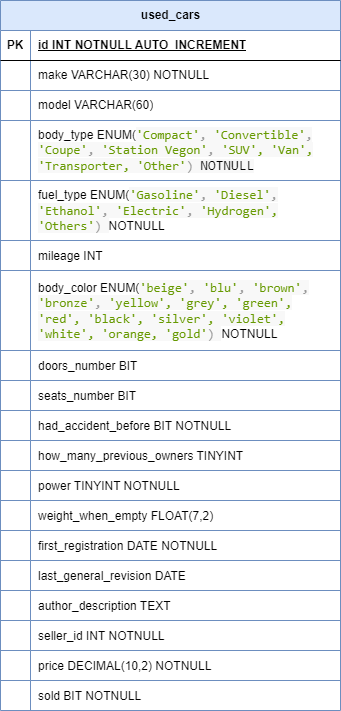
Above: db-first.png in raffaelecapaldo/db-first (draw.io), before the change. Source tidied: cells renumbered, new cells last; positions are measured from the earlier drawing's top-left corner, leaving out a move shared by most shapes.
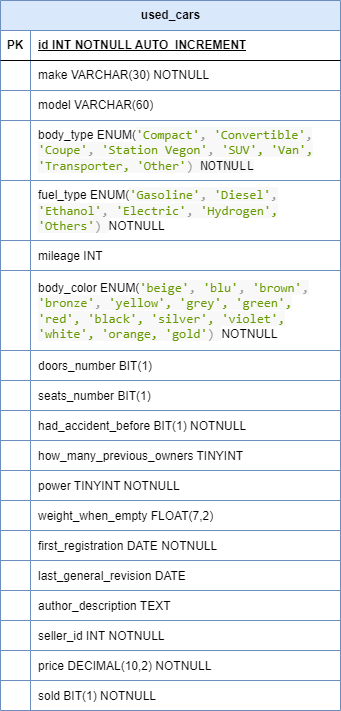
After the change.

Commit message:
Specified length 1 for BIT (boolean)

What changed in the source:
```diff
@@ -74,7 +74,7 @@
     <mxCell id="25" style="shape=partialRectangle;fillColor=none;top=0;left=0;bottom=0;right=0;overflow=hidden;" parent="24" vertex="1">
       <mxGeometry width="30" height="30" as="geometry" />
     </mxCell>
-    <mxCell id="26" value="doors_number BIT" style="shape=partialRectangle;fillColor=none;top=0;left=0;bottom=0;right=0;align=left;spacingLeft=6;overflow=hidden;" parent="24" vertex="1">
+    <mxCell id="26" value="doors_number BIT(1)" style="shape=partialRectangle;fillColor=none;top=0;left=0;bottom=0;right=0;align=left;spacingLeft=6;overflow=hidden;" parent="24" vertex="1">
       <mxGeometry x="30" width="310" height="30" as="geometry" />
     </mxCell>
     <mxCell id="27" style="shape=tableRow;horizontal=0;startSize=0;swimlaneHead=0;swimlaneBody=0;fillColor=none;top=0;left=0;right=0;bottom=0;" parent="2" vertex="1">
@@ -83,7 +83,7 @@
     <mxCell id="28" style="shape=partialRectangle;fillColor=none;top=0;left=0;bottom=0;right=0;overflow=hidden;" parent="27" vertex="1">
       <mxGeometry width="30" height="30" as="geometry" />
     </mxCell>
-    <mxCell id="29" value="seats_number BIT" style="shape=partialRectangle;fillColor=none;top=0;left=0;bottom=0;right=0;align=left;spacingLeft=6;overflow=hidden;" parent="27" vertex="1">
+    <mxCell id="29" value="seats_number BIT(1)" style="shape=partialRectangle;fillColor=none;top=0;left=0;bottom=0;right=0;align=left;spacingLeft=6;overflow=hidden;" parent="27" vertex="1">
       <mxGeometry x="30" width="310" height="30" as="geometry" />
     </mxCell>
     <mxCell id="30" style="shape=tableRow;horizontal=0;startSize=0;swimlaneHead=0;swimlaneBody=0;fillColor=none;top=0;left=0;right=0;bottom=0;" parent="2" vertex="1">
@@ -92,7 +92,7 @@
     <mxCell id="31" style="shape=partialRectangle;fillColor=none;top=0;left=0;bottom=0;right=0;overflow=hidden;" parent="30" vertex="1">
       <mxGeometry width="30" height="30" as="geometry" />
     </mxCell>
-    <mxCell id="32" value="had_accident_before BIT NOTNULL" style="shape=partialRectangle;fillColor=none;top=0;left=0;bottom=0;right=0;align=left;spacingLeft=6;overflow=hidden;" parent="30" vertex="1">
+    <mxCell id="32" value="had_accident_before BIT(1) NOTNULL" style="shape=partialRectangle;fillColor=none;top=0;left=0;bottom=0;right=0;align=left;spacingLeft=6;overflow=hidden;" parent="30" vertex="1">
       <mxGeometry x="30" width="310" height="30" as="geometry" />
     </mxCell>
     <mxCell id="33" style="shape=tableRow;horizontal=0;startSize=0;swimlaneHead=0;swimlaneBody=0;fillColor=none;top=0;left=0;right=0;bottom=0;" parent="2" vertex="1">
@@ -173,7 +173,7 @@
     <mxCell id="58" style="shape=partialRectangle;fillColor=none;top=0;left=0;bottom=0;right=0;overflow=hidden;" parent="57" vertex="1">
       <mxGeometry width="30" height="30" as="geometry" />
     </mxCell>
-    <mxCell id="59" value="sold BIT NOTNULL" style="shape=partialRectangle;fillColor=none;top=0;left=0;bottom=0;right=0;align=left;spacingLeft=6;overflow=hidden;" parent="57" vertex="1">
+    <mxCell id="59" value="sold BIT(1) NOTNULL" style="shape=partialRectangle;fillColor=none;top=0;left=0;bottom=0;right=0;align=left;spacingLeft=6;overflow=hidden;" parent="57" vertex="1">
       <mxGeometry x="30" width="310" height="30" as="geometry" />
     </mxCell>
     <mxCell id="60" value="fuel_type ENUM(&lt;span style=&quot;box-sizing: inherit; margin: 0px; padding: 0px; border: 0px; outline: 0px; font-size: 12.8304px; vertical-align: baseline; background: rgb(248, 248, 248); color: rgb(102, 153, 0); font-family: &amp;quot;Liberation Mono&amp;quot;, Consolas, Monaco, &amp;quot;Andale Mono&amp;quot;, &amp;quot;Ubuntu Mono&amp;quot;, monospace;&quot; class=&quot;token string&quot;&gt;'Gasoline'&lt;/span&gt;&lt;span style=&quot;box-sizing: inherit; margin: 0px; padding: 0px; border: 0px; outline: 0px; font-size: 12.8304px; vertical-align: baseline; background: rgb(248, 248, 248); color: rgb(153, 153, 153); font-family: &amp;quot;Liberation Mono&amp;quot;, Consolas, Monaco, &amp;quot;Andale Mono&amp;quot;, &amp;quot;Ubuntu Mono&amp;quot;, monospace;&quot; class=&quot;token punctuation&quot;&gt;,&lt;/span&gt;&lt;span style=&quot;font-family: &amp;quot;Liberation Mono&amp;quot;, Consolas, Monaco, &amp;quot;Andale Mono&amp;quot;, &amp;quot;Ubuntu Mono&amp;quot;, monospace; font-size: 12.8304px; background-color: rgb(248, 248, 248);&quot;&gt; &lt;/span&gt;&lt;span style=&quot;box-sizing: inherit; margin: 0px; padding: 0px; border: 0px; outline: 0px; font-size: 12.8304px; vertical-align: baseline; background: rgb(248, 248, 248); color: rgb(102, 153, 0); font-family: &amp;quot;Liberation Mono&amp;quot;, Consolas, Monaco, &amp;quot;Andale Mono&amp;quot;, &amp;quot;Ubuntu Mono&amp;quot;, monospace;&quot; class=&quot;token string&quot;&gt;'Diesel'&lt;/span&gt;&lt;span style=&quot;box-sizing: inherit; margin: 0px; padding: 0px; border: 0px; outline: 0px; font-size: 12.8304px; vertical-align: baseline; background: rgb(248, 248, 248); color: rgb(153, 153, 153); font-family: &amp;quot;Liberation Mono&amp;quot;, Consolas, Monaco, &amp;quot;Andale Mono&amp;quot;, &amp;quot;Ubuntu Mono&amp;quot;, monospace;&quot; class=&quot;token punctuation&quot;&gt;,&lt;/span&gt;&lt;span style=&quot;font-family: &amp;quot;Liberation Mono&amp;quot;, Consolas, Monaco, &amp;quot;Andale Mono&amp;quot;, &amp;quot;Ubuntu Mono&amp;quot;, monospace; font-size: 12.8304px; background-color: rgb(248, 248, 248);&quot;&gt; &lt;/span&gt;&lt;span style=&quot;box-sizing: inherit; margin: 0px; padding: 0px; border: 0px; outline: 0px; font-size: 12.8304px; vertical-align: baseline; background: rgb(248, 248, 248); color: rgb(102, 153, 0); font-family: &amp;quot;Liberation Mono&amp;quot;, Consolas, Monaco, &amp;quot;Andale Mono&amp;quot;, &amp;quot;Ubuntu Mono&amp;quot;, monospace;&quot; class=&quot;token string&quot;&gt;'Ethanol'&lt;/span&gt;&lt;span style=&quot;box-sizing: inherit; margin: 0px; padding: 0px; border: 0px; outline: 0px; font-size: 12.8304px; vertical-align: baseline; background: rgb(248, 248, 248); color: rgb(153, 153, 153); font-family: &amp;quot;Liberation Mono&amp;quot;, Consolas, Monaco, &amp;quot;Andale Mono&amp;quot;, &amp;quot;Ubuntu Mono&amp;quot;, monospace;&quot; class=&quot;token punctuation&quot;&gt;,&lt;/span&gt;&lt;span style=&quot;font-family: &amp;quot;Liberation Mono&amp;quot;, Consolas, Monaco, &amp;quot;Andale Mono&amp;quot;, &amp;quot;Ubuntu Mono&amp;quot;, monospace; font-size: 12.8304px; background-color: rgb(248, 248, 248);&quot;&gt; &lt;/span&gt;&lt;span style=&quot;box-sizing: inherit; margin: 0px; padding: 0px; border: 0px; outline: 0px; font-size: 12.8304px; vertical-align: baseline; background: rgb(248, 248, 248); color: rgb(102, 153, 0); font-family: &amp;quot;Liberation Mono&amp;quot;, Consolas, Monaco, &amp;quot;Andale Mono&amp;quot;, &amp;quot;Ubuntu Mono&amp;quot;, monospace;&quot; class=&quot;token string&quot;&gt;'Electric'&lt;/span&gt;&lt;span style=&quot;box-sizing: inherit; margin: 0px; padding: 0px; border: 0px; outline: 0px; font-size: 12.8304px; vertical-align: baseline; background: rgb(248, 248, 248); color: rgb(153, 153, 153); font-family: &amp;quot;Liberation Mono&amp;quot;, Consolas, Monaco, &amp;quot;Andale Mono&amp;quot;, &amp;quot;Ubuntu Mono&amp;quot;, monospace;&quot; class=&quot;token punctuation&quot;&gt;,&lt;/span&gt;&lt;span style=&quot;font-family: &amp;quot;Liberation Mono&amp;quot;, Consolas, Monaco, &amp;quot;Andale Mono&amp;quot;, &amp;quot;Ubuntu Mono&amp;quot;, monospace; font-size: 12.8304px; background-color: rgb(248, 248, 248);&quot;&gt; &lt;/span&gt;&lt;span style=&quot;box-sizing: inherit; margin: 0px; padding: 0px; border: 0px; outline: 0px; font-size: 12.8304px; vertical-align: baseline; background: rgb(248, 248, 248); color: rgb(102, 153, 0); font-family: &amp;quot;Liberation Mono&amp;quot;, Consolas, Monaco, &amp;quot;Andale Mono&amp;quot;, &amp;quot;Ubuntu Mono&amp;quot;, monospace;&quot; class=&quot;token string&quot;&gt;'Hydrogen', 'Others'&lt;/span&gt;&lt;span style=&quot;box-sizing: inherit; margin: 0px; padding: 0px; border: 0px; outline: 0px; font-size: 12.8304px; vertical-align: baseline; background: rgb(248, 248, 248); color: rgb(153, 153, 153); font-family: &amp;quot;Liberation Mono&amp;quot;, Consolas, Monaco, &amp;quot;Andale Mono&amp;quot;, &amp;quot;Ubuntu Mono&amp;quot;, monospace;&quot; class=&quot;token punctuation&quot;&gt;)&amp;nbsp;&lt;/span&gt;NOTNULL" style="shape=partialRectangle;fillColor=none;top=0;left=0;bottom=0;right=0;align=left;spacingLeft=6;overflow=hidden;whiteSpace=wrap;html=1;" parent="1" vertex="1">
```
